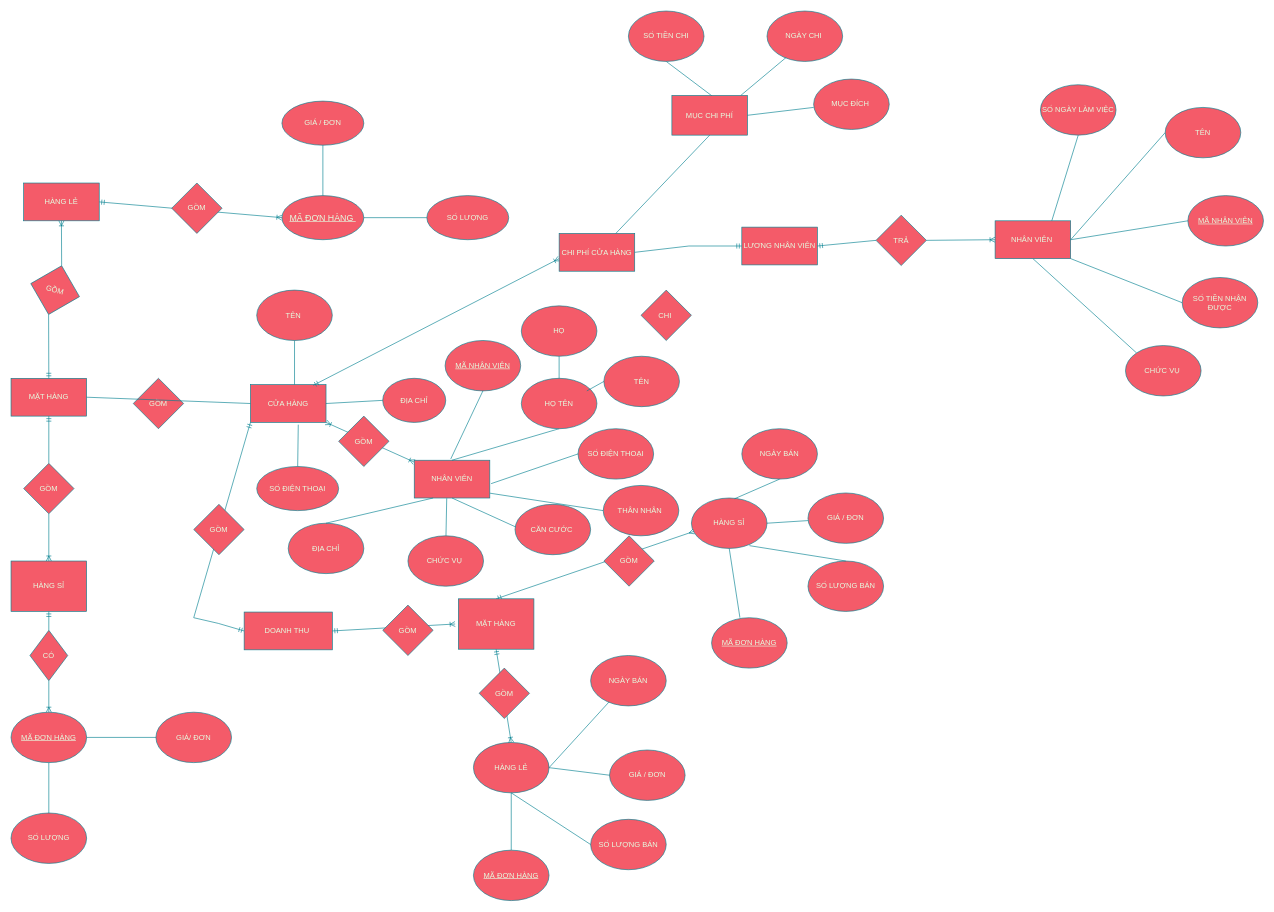
This is ERDSTORE.drawio from nhuinss/ERD-, a draw.io file, before an edit. Source tidied: cells renumbered, new cells numbered last; positions are measured from the earlier drawing's top-left corner, leaving out a move shared by most shapes. Both pictures are drawn from the tidied source at 63%, with x=0, y=0 at pixel (11, 11).
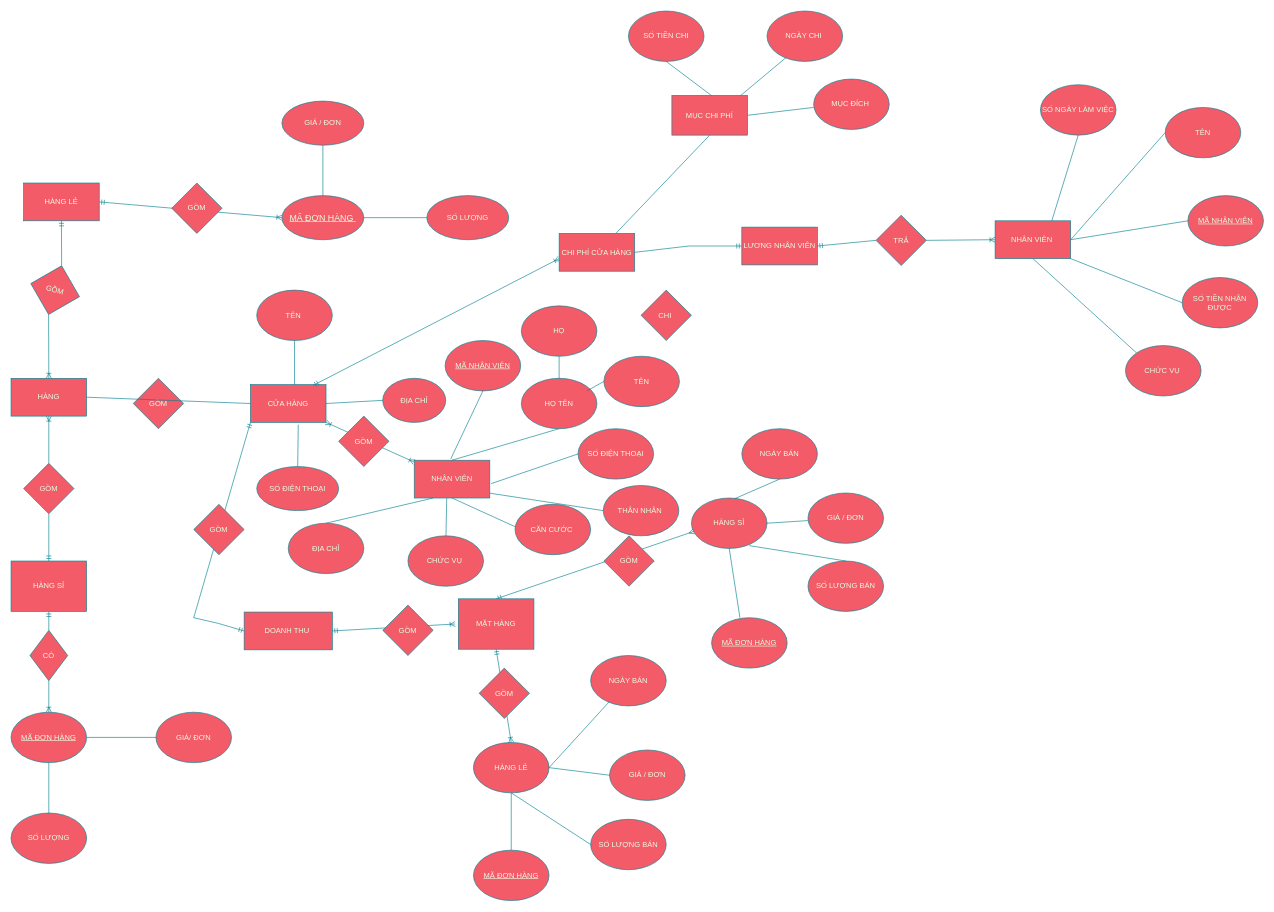
Above is the later version.

Unchanged cells that the change refers to:
```xml
<mxCell id="48" value="HÀNG LẺ" style="rounded=0;whiteSpace=wrap;html=1;labelBackgroundColor=none;fillColor=#F45B69;strokeColor=#028090;fontColor=#E4FDE1;" parent="1" vertex="1">
  <mxGeometry x="20" y="273" width="120" height="60" as="geometry" />
</mxCell>
<mxCell id="49" value="HÀNG SỈ" style="rounded=0;whiteSpace=wrap;html=1;labelBackgroundColor=none;fillColor=#F45B69;strokeColor=#028090;fontColor=#E4FDE1;" parent="1" vertex="1">
  <mxGeometry y="873" width="120" height="80" as="geometry" />
</mxCell>
<mxCell id="100" value="GỒM" style="rhombus;whiteSpace=wrap;html=1;labelBackgroundColor=none;fillColor=#F45B69;strokeColor=#028090;fontColor=#E4FDE1;rotation=15;" parent="1" vertex="1">
  <mxGeometry x="30" y="403" width="80" height="80" as="geometry" />
</mxCell>
<mxCell id="102" value="GỒM" style="rhombus;whiteSpace=wrap;html=1;labelBackgroundColor=none;fillColor=#F45B69;strokeColor=#028090;fontColor=#E4FDE1;" parent="1" vertex="1">
  <mxGeometry x="20" y="718" width="80" height="80" as="geometry" />
</mxCell>
```

What changed in the source:
```diff
@@
-    <mxCell id="9" value="MẶT HÀNG" style="rounded=0;whiteSpace=wrap;html=1;labelBackgroundColor=none;fillColor=#F45B69;strokeColor=#028090;fontColor=#E4FDE1;" parent="1" vertex="1">
+    <mxCell id="9" value="HÀNG" style="rounded=0;whiteSpace=wrap;html=1;labelBackgroundColor=none;fillColor=#F45B69;strokeColor=#028090;fontColor=#E4FDE1;" parent="1" vertex="1">
       <mxGeometry y="583" width="120" height="60" as="geometry" />
     </mxCell>
@@
-    <mxCell id="97" style="fontSize=12;html=1;endArrow=ERoneToMany;startArrow=none;rounded=0;strokeColor=#028090;exitX=0.5;exitY=0;exitDx=0;exitDy=0;entryX=0.5;entryY=1;entryDx=0;entryDy=0;startFill=0;endFill=0;labelBackgroundColor=none;fontColor=default;" parent="1" edge="1" source="100" target="48">
+    <mxCell id="97" style="fontSize=12;html=1;endArrow=ERmandOne;startArrow=none;rounded=0;strokeColor=#028090;exitX=0.5;exitY=0;exitDx=0;exitDy=0;entryX=0.5;entryY=1;entryDx=0;entryDy=0;startFill=0;endFill=0;labelBackgroundColor=none;fontColor=default;" parent="1" edge="1" source="100" target="48">
       <mxGeometry relative="1" as="geometry" />
     </mxCell>
-    <mxCell id="98" style="fontSize=12;html=1;endArrow=ERoneToMany;startArrow=none;rounded=0;strokeColor=#028090;endFill=0;startFill=0;labelBackgroundColor=none;fontColor=default;" parent="1" edge="1" target="49">
+    <mxCell id="98" style="fontSize=12;html=1;endArrow=ERmandOne;startArrow=none;rounded=0;strokeColor=#028090;endFill=0;startFill=0;labelBackgroundColor=none;fontColor=default;" parent="1" edge="1" target="49">
       <mxGeometry relative="1" as="geometry">
         <mxPoint x="60" y="798" as="sourcePoint" />
       </mxGeometry>
     </mxCell>
-    <mxCell id="99" style="fontSize=12;html=1;endArrow=none;startArrow=ERmandOne;rounded=0;strokeColor=#028090;exitX=0.5;exitY=0;exitDx=0;exitDy=0;entryX=0.5;entryY=1;entryDx=0;entryDy=0;endFill=0;startFill=0;labelBackgroundColor=none;fontColor=default;" parent="1" edge="1" source="9" target="100">
+    <mxCell id="99" style="fontSize=12;html=1;endArrow=none;startArrow=ERoneToMany;rounded=0;strokeColor=#028090;exitX=0.5;exitY=0;exitDx=0;exitDy=0;entryX=0.5;entryY=1;entryDx=0;entryDy=0;endFill=0;startFill=0;labelBackgroundColor=none;fontColor=default;" parent="1" edge="1" source="9" target="100">
       <mxGeometry relative="1" as="geometry" />
     </mxCell>
@@
-    <mxCell id="101" style="fontSize=12;html=1;endArrow=none;startArrow=ERmandOne;rounded=0;strokeColor=#028090;exitX=0.5;exitY=1;exitDx=0;exitDy=0;endFill=0;startFill=0;labelBackgroundColor=none;fontColor=default;" parent="1" edge="1" source="9" target="102">
+    <mxCell id="101" style="fontSize=12;html=1;endArrow=none;startArrow=ERoneToMany;rounded=0;strokeColor=#028090;exitX=0.5;exitY=1;exitDx=0;exitDy=0;endFill=0;startFill=0;labelBackgroundColor=none;fontColor=default;" parent="1" edge="1" source="9" target="102">
       <mxGeometry relative="1" as="geometry" />
     </mxCell>
```
